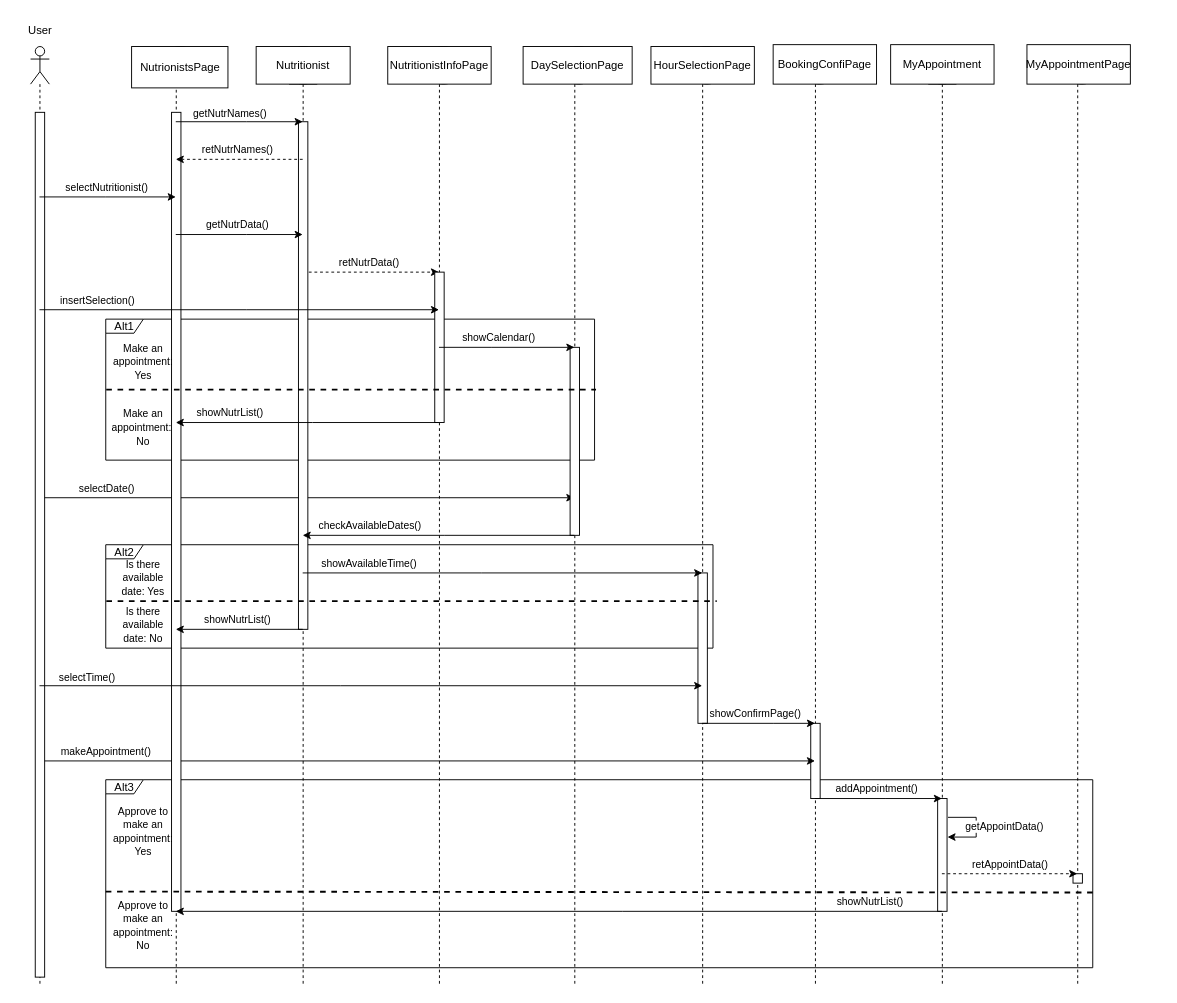
Earlier version of the draw.io diagram ΤΕΛΙΚΟ ΠΑΡΑΔΟΤΕΟ/Sequence-diagrams-v1.0/sd_ραντεβου_με_διατροφολογο.drawio (Dionkaps/Eu-Zin). Source tidied: cells renumbered, new cells numbered last; positions are measured from the earlier drawing's top-left corner, leaving out a move shared by most shapes. Both pictures are drawn from the tidied source at 94%, with x=0, y=0 at pixel (16, 16).
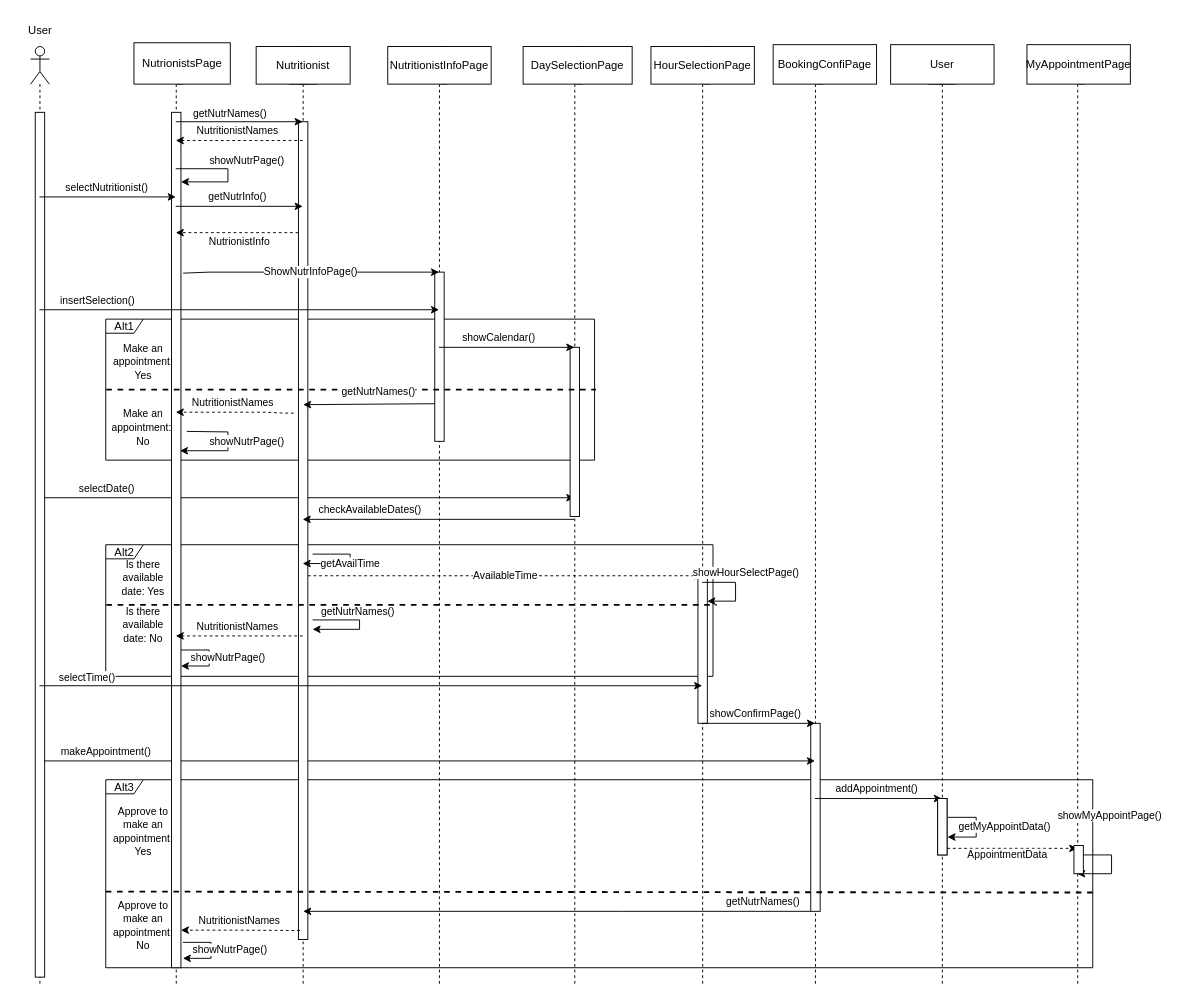
After the change.

Commit message (it also covers changes not shown here):
τελικο sequence Και μικροαλλαγη usecase

Unchanged cells that the change refers to:
```xml
<mxCell id="3" style="shape=umlLifeline;participant=umlBoundary;perimeter=lifelinePerimeter;whiteSpace=wrap;html=1;verticalAlign=top;spacingTop=36;outlineConnect=0;" parent="1" vertex="1">
  <mxGeometry x="825" y="32" width="50" height="1000" as="geometry" />
</mxCell>
<mxCell id="5" style="shape=umlLifeline;participant=umlEntity;perimeter=lifelinePerimeter;whiteSpace=wrap;html=1;verticalAlign=top;spacingTop=36;outlineConnect=0;" parent="1" vertex="1">
  <mxGeometry x="965" y="32" width="40" height="1000" as="geometry" />
</mxCell>
<mxCell id="13" style="shape=umlLifeline;participant=umlBoundary;perimeter=lifelinePerimeter;whiteSpace=wrap;html=1;verticalAlign=top;spacingTop=36;outlineConnect=0;" parent="1" vertex="1">
  <mxGeometry x="145" y="32" width="50" height="1000" as="geometry" />
</mxCell>
<mxCell id="15" style="shape=umlLifeline;participant=umlEntity;perimeter=lifelinePerimeter;whiteSpace=wrap;html=1;verticalAlign=top;spacingTop=36;outlineConnect=0;" parent="1" vertex="1">
  <mxGeometry x="285" y="32" width="40" height="1000" as="geometry" />
</mxCell>
<mxCell id="18" style="shape=umlLifeline;participant=umlBoundary;perimeter=lifelinePerimeter;whiteSpace=wrap;html=1;verticalAlign=top;spacingTop=36;outlineConnect=0;" parent="1" vertex="1">
  <mxGeometry x="425" y="32" width="50" height="1000" as="geometry" />
</mxCell>
<mxCell id="26" style="shape=umlLifeline;participant=umlBoundary;perimeter=lifelinePerimeter;whiteSpace=wrap;html=1;verticalAlign=top;spacingTop=36;outlineConnect=0;" parent="1" vertex="1">
  <mxGeometry x="569" y="32" width="50" height="1000" as="geometry" />
</mxCell>
<mxCell id="28" style="shape=umlLifeline;participant=umlBoundary;perimeter=lifelinePerimeter;whiteSpace=wrap;html=1;verticalAlign=top;spacingTop=36;outlineConnect=0;" parent="1" vertex="1">
  <mxGeometry x="1104" y="32" width="50" height="1000" as="geometry" />
</mxCell>
<mxCell id="35" style="shape=umlLifeline;participant=umlBoundary;perimeter=lifelinePerimeter;whiteSpace=wrap;html=1;verticalAlign=top;spacingTop=36;outlineConnect=0;" parent="1" vertex="1">
  <mxGeometry x="705" y="32" width="50" height="1000" as="geometry" />
</mxCell>
```

The edit, as a diff of the source:
```diff
@@
     <mxCell id="4" style="html=1;perimeter=orthogonalPerimeter;fontSize=11;" parent="3" vertex="1">
-      <mxGeometry x="20" y="720" width="10" height="80" as="geometry" />
+      <mxGeometry x="20" y="720" width="10" height="200" as="geometry" />
     </mxCell>
@@
     <mxCell id="6" style="html=1;perimeter=orthogonalPerimeter;fontSize=11;" parent="1" vertex="1">
-      <mxGeometry x="980" y="832" width="10" height="120" as="geometry" />
+      <mxGeometry x="980" y="832" width="10" height="60" as="geometry" />
     </mxCell>
     <mxCell id="7" value="Alt2" style="shape=umlFrame;whiteSpace=wrap;html=1;width=40;height=15;" parent="1" vertex="1">
-      <mxGeometry x="95" y="562" width="646" height="110" as="geometry" />
+      <mxGeometry x="95" y="562" width="646" height="140" as="geometry" />
     </mxCell>
@@
     <mxCell id="14" style="html=1;points=[];perimeter=orthogonalPerimeter;fontSize=11;" parent="13" vertex="1">
-      <mxGeometry x="20" y="70" width="10" height="850" as="geometry" />
+      <mxGeometry x="20" y="70" width="10" height="910" as="geometry" />
     </mxCell>
+    <mxCell id="62" value="showNutrPage()" style="endArrow=classic;html=1;rounded=0;" parent="13" edge="1" source="13">
+      <mxGeometry x="-0.07" y="22" relative="1" as="geometry">
+        <mxPoint x="30" y="144" as="targetPoint" />
+        <Array as="points">
+          <mxPoint x="80" y="130" />
+          <mxPoint x="80" y="144" />
+        </Array>
+        <mxPoint x="-2" y="-10" as="offset" />
+      </mxGeometry>
+    </mxCell>
+    <mxCell id="63" value="showNutrPage()" style="endArrow=classic;html=1;rounded=0;" parent="13" edge="1">
+      <mxGeometry x="-0.01" y="20" relative="1" as="geometry">
+        <mxPoint x="30" y="642" as="sourcePoint" />
+        <mxPoint x="30" y="659" as="targetPoint" />
+        <Array as="points">
+          <mxPoint x="60" y="642" />
+          <mxPoint x="60" y="659" />
+        </Array>
+      </mxGeometry>
+    </mxCell>
+    <mxCell id="64" value="showNutrPage()" style="endArrow=classic;html=1;rounded=0;exitX=1.619;exitY=0.373;exitDx=0;exitDy=0;exitPerimeter=0;" parent="13" edge="1" source="14">
+      <mxGeometry x="-0.06" y="20" relative="1" as="geometry">
+        <mxPoint x="29" y="430" as="targetPoint" />
+        <Array as="points">
+          <mxPoint x="80" y="410" />
+          <mxPoint x="80" y="430" />
+        </Array>
+      </mxGeometry>
+    </mxCell>
@@
-    <mxCell id="16" value="retNutrData()" style="endArrow=classic;html=1;rounded=0;dashed=1;" parent="15" edge="1" target="18">
-      <mxGeometry x="-0.03" y="10" relative="1" as="geometry">
-        <mxPoint x="20" y="240" as="sourcePoint" />
-      </mxGeometry>
-    </mxCell>
     <mxCell id="17" style="html=1;points=[];perimeter=orthogonalPerimeter;fontSize=11;" parent="15" vertex="1">
-      <mxGeometry x="15" y="80" width="10" height="540" as="geometry" />
+      <mxGeometry x="15" y="80" width="10" height="870" as="geometry" />
     </mxCell>
+    <mxCell id="65" value="getAvailTime" style="endArrow=classic;html=1;rounded=0;" parent="15" edge="1" target="15">
+      <mxGeometry relative="1" as="geometry">
+        <mxPoint x="30" y="540" as="sourcePoint" />
+        <Array as="points">
+          <mxPoint x="70" y="540" />
+          <mxPoint x="70" y="550" />
+        </Array>
+      </mxGeometry>
+    </mxCell>
+    <mxCell id="66" style="endArrow=classic;html=1;rounded=0;" parent="15" edge="1">
+      <mxGeometry relative="1" as="geometry">
+        <mxPoint x="30" y="610" as="sourcePoint" />
+        <mxPoint x="30" y="620" as="targetPoint" />
+        <Array as="points">
+          <mxPoint x="80" y="610" />
+          <mxPoint x="80" y="620" />
+        </Array>
+      </mxGeometry>
+    </mxCell>
+    <mxCell id="67" value="getNutrNames()" style="edgeLabel;html=1;align=center;verticalAlign=middle;" parent="66" vertex="1">
+      <mxGeometry x="-0.15" y="-2" relative="1" as="geometry">
+        <mxPoint y="-12" as="offset" />
+      </mxGeometry>
+    </mxCell>
@@
     <mxCell id="19" style="html=1;perimeter=orthogonalPerimeter;fontSize=11;" parent="18" vertex="1">
-      <mxGeometry x="20" y="240" width="10" height="160" as="geometry" />
+      <mxGeometry x="20" y="240" width="10" height="180" as="geometry" />
     </mxCell>
@@
-    <mxCell id="23" value="retNutrNames()" style="endArrow=classic;html=1;rounded=0;dashed=1;" parent="1" edge="1" source="15" target="13">
+    <mxCell id="23" value="NutritionistNames" style="endArrow=classic;html=1;rounded=0;dashed=1;" parent="1" edge="1" source="15" target="13">
       <mxGeometry x="0.03" y="-10" relative="1" as="geometry">
         <Array as="points">
-          <mxPoint x="245" y="152" />
+          <mxPoint x="255" y="132" />
         </Array>
       </mxGeometry>
     </mxCell>
-    <mxCell id="24" value="getNutrData()" style="endArrow=classic;html=1;rounded=0;" parent="1" edge="1" source="13" target="15">
+    <mxCell id="24" value="getNutrInfo()" style="endArrow=classic;html=1;rounded=0;" parent="1" edge="1" source="13" target="15">
       <mxGeometry x="-0.03" y="10" relative="1" as="geometry">
         <Array as="points">
-          <mxPoint x="245" y="232" />
+          <mxPoint x="245" y="202" />
         </Array>
       </mxGeometry>
     </mxCell>
@@
     <mxCell id="27" style="html=1;perimeter=orthogonalPerimeter;fontSize=11;" parent="26" vertex="1">
-      <mxGeometry x="20" y="320" width="10" height="200" as="geometry" />
+      <mxGeometry x="20" y="320" width="10" height="180" as="geometry" />
     </mxCell>
@@
-    <mxCell id="29" style="html=1;perimeter=orthogonalPerimeter;fontSize=11;" parent="28" vertex="1">
-      <mxGeometry x="20" y="880" width="10" height="10" as="geometry" />
-    </mxCell>
@@
-    <mxCell id="31" value="showNutrList()" style="endArrow=classic;html=1;rounded=0;" parent="1" edge="1" source="18" target="13">
-      <mxGeometry x="0.6" y="-10" relative="1" as="geometry">
-        <Array as="points">
-          <mxPoint x="315" y="432" />
-        </Array>
-        <mxPoint x="1" as="offset" />
-      </mxGeometry>
-    </mxCell>
@@
-    <mxCell id="37" value="showAvailableTime()" style="endArrow=classic;html=1;rounded=0;strokeWidth=1;fontSize=11;" parent="1" edge="1" source="15" target="35">
-      <mxGeometry x="-0.67" y="10" relative="1" as="geometry">
-        <Array as="points">
-          <mxPoint x="495" y="592" />
-        </Array>
-      </mxGeometry>
-    </mxCell>
-    <mxCell id="38" value="checkAvailableDates()" style="endArrow=classic;html=1;rounded=0;strokeWidth=1;fontSize=11;" parent="1" edge="1" source="26" target="15">
+    <mxCell id="38" value="checkAvailableDates()" style="endArrow=classic;html=1;rounded=0;strokeWidth=1;fontSize=11;" parent="1" edge="1">
       <mxGeometry x="0.51" y="-10" relative="1" as="geometry">
+        <mxPoint x="593.5" y="535" as="sourcePoint" />
+        <mxPoint x="304.5" y="535" as="targetPoint" />
         <Array as="points">
-          <mxPoint x="455" y="552" />
+          <mxPoint x="455" y="535" />
         </Array>
       </mxGeometry>
     </mxCell>
-    <mxCell id="39" value="showNutrList()" style="endArrow=classic;html=1;rounded=0;strokeWidth=1;fontSize=11;" parent="1" edge="1" source="15" target="13">
+    <mxCell id="39" value="NutritionistNames" style="endArrow=classic;html=1;rounded=0;strokeWidth=1;fontSize=11;dashed=1;" parent="1" edge="1">
       <mxGeometry x="0.03" y="-10" relative="1" as="geometry">
+        <mxPoint x="304.5" y="659" as="sourcePoint" />
+        <mxPoint x="169.5" y="659" as="targetPoint" />
         <Array as="points">
-          <mxPoint x="225" y="652" />
+          <mxPoint x="225" y="659" />
         </Array>
       </mxGeometry>
     </mxCell>
@@
-    <mxCell id="42" style="endArrow=none;dashed=1;html=1;rounded=0;strokeWidth=2;fontSize=11;exitX=0.001;exitY=0.545;exitDx=0;exitDy=0;exitPerimeter=0;" parent="1" edge="1" source="7">
+    <mxCell id="42" style="endArrow=none;dashed=1;html=1;rounded=0;strokeWidth=2;fontSize=11;exitX=0.001;exitY=0.545;exitDx=0;exitDy=0;exitPerimeter=0;" parent="1" edge="1">
       <mxGeometry relative="1" as="geometry">
-        <mxPoint x="745" y="622" as="targetPoint" />
+        <mxPoint x="95.6" y="626" as="sourcePoint" />
+        <mxPoint x="745" y="626" as="targetPoint" />
         <Array as="points">
-          <mxPoint x="422" y="622" />
+          <mxPoint x="422" y="626" />
         </Array>
       </mxGeometry>
     </mxCell>
@@
-    <mxCell id="47" value="getAppointData()" style="endArrow=classic;html=1;rounded=0;strokeWidth=1;fontSize=11;" parent="1" edge="1">
+    <mxCell id="47" value="getMyAppointData()" style="endArrow=classic;html=1;rounded=0;strokeWidth=1;fontSize=11;" parent="1" edge="1">
       <mxGeometry x="-0.02" y="30" relative="1" as="geometry">
         <mxPoint x="991" y="852" as="sourcePoint" />
         <mxPoint x="990.5" y="873" as="targetPoint" />
         <Array as="points">
           <mxPoint x="1021" y="852" />
           <mxPoint x="1021" y="873" />
         </Array>
       </mxGeometry>
     </mxCell>
-    <mxCell id="48" value="retAppointData()" style="endArrow=classic;html=1;rounded=0;strokeWidth=1;fontSize=11;dashed=1;" parent="1" edge="1" source="5" target="28">
-      <mxGeometry x="-0.02" y="10" relative="1" as="geometry">
+    <mxCell id="48" value="AppointmentData" style="endArrow=classic;html=1;rounded=0;strokeWidth=1;fontSize=11;dashed=1;" parent="1" edge="1">
+      <mxGeometry x="-0.02" y="-7" relative="1" as="geometry">
+        <mxPoint x="984.2" y="885" as="sourcePoint" />
+        <mxPoint x="1128.5" y="885" as="targetPoint" />
         <Array as="points">
-          <mxPoint x="1055" y="912" />
+          <mxPoint x="1065" y="885" />
         </Array>
-        <mxPoint x="1" as="offset" />
+        <mxPoint x="-1" as="offset" />
       </mxGeometry>
     </mxCell>
-    <mxCell id="49" value="showNutrList()" style="endArrow=classic;html=1;rounded=0;strokeWidth=1;fontSize=11;" parent="1" edge="1" source="5" target="13">
+    <mxCell id="49" value="getNutrNames()" style="endArrow=classic;html=1;rounded=0;strokeWidth=1;fontSize=11;" parent="1" edge="1">
       <mxGeometry x="-0.81" y="-10" relative="1" as="geometry">
+        <mxPoint x="845" y="952" as="sourcePoint" />
+        <mxPoint x="305" y="952" as="targetPoint" />
         <Array as="points">
           <mxPoint x="645" y="952" />
         </Array>
       </mxGeometry>
     </mxCell>
@@
     <mxCell id="53" value="NutrionistsPage" style="rounded=0;whiteSpace=wrap;html=1;" parent="1" vertex="1">
-      <mxGeometry x="122.5" y="32" width="102.5" height="44" as="geometry" />
+      <mxGeometry x="125" y="28" width="102.5" height="44" as="geometry" />
     </mxCell>
@@
-    <mxCell id="60" value="MyAppointment" style="rounded=0;whiteSpace=wrap;html=1;" parent="1" vertex="1">
+    <mxCell id="60" value="User" style="rounded=0;whiteSpace=wrap;html=1;" parent="1" vertex="1">
       <mxGeometry x="930" y="30" width="110" height="42" as="geometry" />
     </mxCell>
@@
+    <mxCell id="16" value="NutrionistInfo" style="endArrow=classic;html=1;rounded=0;dashed=1;" parent="1" edge="1">
+      <mxGeometry x="-0.03" y="10" relative="1" as="geometry">
+        <mxPoint x="300" y="230" as="sourcePoint" />
+        <mxPoint x="169.5" y="230" as="targetPoint" />
+        <Array as="points">
+          <mxPoint x="245" y="230" />
+        </Array>
+      </mxGeometry>
+    </mxCell>
+    <mxCell id="68" value="ShowNutrInfoPage()" style="endArrow=classic;html=1;rounded=0;exitX=1.238;exitY=0.188;exitDx=0;exitDy=0;exitPerimeter=0;" parent="1" edge="1" source="14" target="18">
+      <mxGeometry relative="1" as="geometry">
+        <Array as="points">
+          <mxPoint x="205" y="272" />
+          <mxPoint x="245" y="272" />
+          <mxPoint x="315" y="272" />
+        </Array>
+      </mxGeometry>
+    </mxCell>
+    <mxCell id="69" style="endArrow=classic;html=1;rounded=0;" parent="1" edge="1">
+      <mxGeometry relative="1" as="geometry">
+        <mxPoint x="445" y="412" as="sourcePoint" />
+        <mxPoint x="305" y="413" as="targetPoint" />
+      </mxGeometry>
+    </mxCell>
+    <mxCell id="70" value="getNutrNames()" style="edgeLabel;html=1;align=center;verticalAlign=middle;" parent="69" vertex="1">
+      <mxGeometry x="-0.15" y="-2" relative="1" as="geometry">
+        <mxPoint y="-12" as="offset" />
+      </mxGeometry>
+    </mxCell>
+    <mxCell id="71" value="NutritionistNames" style="endArrow=classic;html=1;rounded=0;dashed=1;" parent="1" edge="1">
+      <mxGeometry x="0.03" y="-10" relative="1" as="geometry">
+        <mxPoint x="295" y="422" as="sourcePoint" />
+        <mxPoint x="169.5" y="421" as="targetPoint" />
+        <Array as="points">
+          <mxPoint x="285" y="422" />
+          <mxPoint x="265" y="421" />
+        </Array>
+      </mxGeometry>
+    </mxCell>
+    <mxCell id="72" value="AvailableTime" style="endArrow=classic;html=1;rounded=0;dashed=1;" parent="1" edge="1">
+      <mxGeometry relative="1" as="geometry">
+        <mxPoint x="310" y="595" as="sourcePoint" />
+        <mxPoint x="729.5" y="595" as="targetPoint" />
+      </mxGeometry>
+    </mxCell>
+    <mxCell id="73" value="showHourSelectPage()" style="endArrow=classic;html=1;rounded=0;" parent="1" edge="1" source="35">
+      <mxGeometry x="-0.17" y="14" relative="1" as="geometry">
+        <mxPoint x="735" y="622" as="targetPoint" />
+        <Array as="points">
+          <mxPoint x="765" y="602" />
+          <mxPoint x="765" y="622" />
+        </Array>
+        <mxPoint x="11" y="4" as="offset" />
+      </mxGeometry>
+    </mxCell>
+    <mxCell id="74" value="showMyAppointPage()" style="endArrow=classic;html=1;rounded=0;" parent="1" edge="1" source="28" target="28">
+      <mxGeometry x="-0.22" y="32" relative="1" as="geometry">
+        <Array as="points">
+          <mxPoint x="1165" y="892" />
+          <mxPoint x="1165" y="912" />
+        </Array>
+        <mxPoint x="-2" y="-10" as="offset" />
+      </mxGeometry>
+    </mxCell>
+    <mxCell id="75" style="html=1;perimeter=orthogonalPerimeter;fontSize=11;" parent="1" vertex="1">
+      <mxGeometry x="980" y="832" width="10" height="60" as="geometry" />
+    </mxCell>
+    <mxCell id="76" style="html=1;perimeter=orthogonalPerimeter;fontSize=11;" parent="1" vertex="1">
+      <mxGeometry x="1125" y="882" width="10" height="30" as="geometry" />
+    </mxCell>
+    <mxCell id="77" value="NutritionistNames" style="endArrow=classic;html=1;rounded=0;strokeWidth=1;fontSize=11;dashed=1;exitX=0.157;exitY=0.989;exitDx=0;exitDy=0;exitPerimeter=0;" parent="1" edge="1" source="17" target="14">
+      <mxGeometry x="0.03" y="-10" relative="1" as="geometry">
+        <Array as="points">
+          <mxPoint x="235" y="972" />
+        </Array>
+      </mxGeometry>
+    </mxCell>
+    <mxCell id="78" value="showNutrPage()" style="endArrow=classic;html=1;rounded=0;" parent="1" edge="1">
+      <mxGeometry x="-0.01" y="20" relative="1" as="geometry">
+        <mxPoint x="177" y="985" as="sourcePoint" />
+        <mxPoint x="177" y="1002" as="targetPoint" />
+        <Array as="points">
+          <mxPoint x="207" y="985" />
+          <mxPoint x="207" y="1002" />
+        </Array>
+      </mxGeometry>
+    </mxCell>
```
